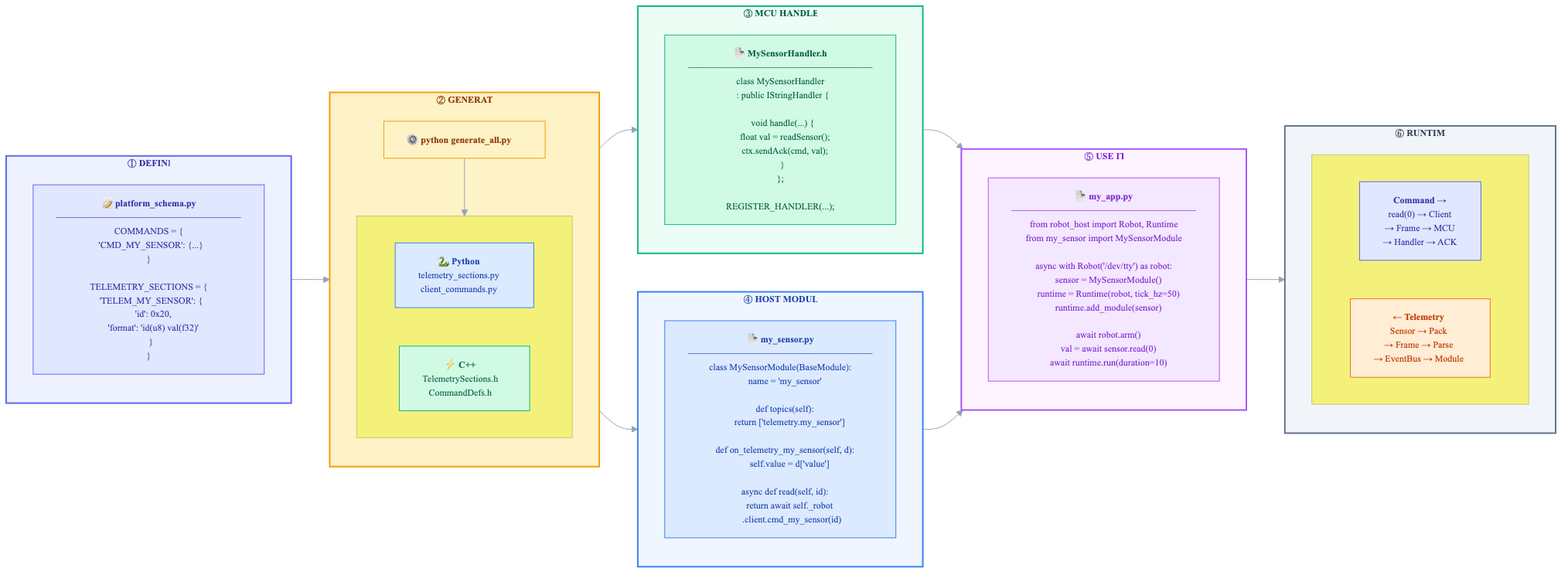
This is docs/end_to_end_flow.png from kwasblue/Mara, a Mermaid export, as it was before one commit. Its source is kept beside it as docs/end_to_end_flow.mmd.
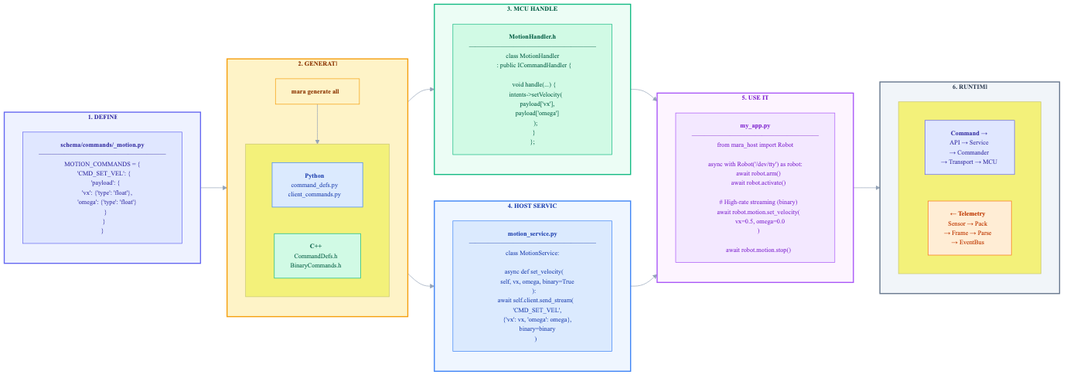
Above is the later version.

Change to the diagram source:
```diff
@@ -11,39 +11,39 @@
 }}%%
 
 flowchart LR
-    subgraph S1["<b>① DEFINE</b>"]
-        SCHEMA["<b>📝 platform_schema.py</b><br/>━━━━━━━━━━━━━━━━━━━━<br/>COMMANDS = {<br/>  'CMD_MY_SENSOR': {...}<br/>}<br/><br/>TELEMETRY_SECTIONS = {<br/>  'TELEM_MY_SENSOR': {<br/>    'id': 0x20,<br/>    'format': 'id(u8) val(f32)'<br/>  }<br/>}"]
+    subgraph S1["<b>1. DEFINE</b>"]
+        SCHEMA["<b>schema/commands/_motion.py</b><br/>━━━━━━━━━━━━━━━━━━━━<br/>MOTION_COMMANDS = {<br/>  'CMD_SET_VEL': {<br/>    'payload': {<br/>      'vx': {'type': 'float'},<br/>      'omega': {'type': 'float'}<br/>    }<br/>  }<br/>}"]
     end
 
-    subgraph S2["<b>② GENERATE</b>"]
+    subgraph S2["<b>2. GENERATE</b>"]
         direction TB
-        GEN["<b>⚙️ python generate_all.py</b>"]
+        GEN["<b>mara generate all</b>"]
         subgraph OUTS[" "]
             direction LR
-            PY["<b>🐍 Python</b><br/>telemetry_sections.py<br/>client_commands.py"]
-            CPP["<b>⚡ C++</b><br/>TelemetrySections.h<br/>CommandDefs.h"]
+            PY["<b>Python</b><br/>command_defs.py<br/>client_commands.py"]
+            CPP["<b>C++</b><br/>CommandDefs.h<br/>BinaryCommands.h"]
         end
         GEN --> OUTS
     end
 
-    subgraph S3["<b>③ MCU HANDLER</b>"]
-        MCU["<b>📄 MySensorHandler.h</b><br/>━━━━━━━━━━━━━━━━━━━━<br/>class MySensorHandler<br/>  : public IStringHandler {<br/><br/>  void handle(...) {<br/>    float val = readSensor();<br/>    ctx.sendAck(cmd, val);<br/>  }<br/>};<br/><br/>REGISTER_HANDLER(...);"]
+    subgraph S3["<b>3. MCU HANDLER</b>"]
+        MCU["<b>MotionHandler.h</b><br/>━━━━━━━━━━━━━━━━━━━━<br/>class MotionHandler<br/>  : public ICommandHandler {<br/><br/>  void handle(...) {<br/>    intents->setVelocity(<br/>      payload['vx'],<br/>      payload['omega']<br/>    );<br/>  }<br/>};"]
     end
 
-    subgraph S4["<b>④ HOST MODULE</b>"]
-        HOST["<b>📄 my_sensor.py</b><br/>━━━━━━━━━━━━━━━━━━━━<br/>class MySensorModule(BaseModule):<br/>    name = 'my_sensor'<br/><br/>    def topics(self):<br/>        return ['telemetry.my_sensor']<br/><br/>    def on_telemetry_my_sensor(self, d):<br/>        self.value = d['value']<br/><br/>    async def read(self, id):<br/>        return await self._robot<br/>          .client.cmd_my_sensor(id)"]
+    subgraph S4["<b>4. HOST SERVICE</b>"]
+        HOST["<b>motion_service.py</b><br/>━━━━━━━━━━━━━━━━━━━━<br/>class MotionService:<br/><br/>  async def set_velocity(<br/>      self, vx, omega, binary=True<br/>  ):<br/>    await self.client.send_stream(<br/>      'CMD_SET_VEL',<br/>      {'vx': vx, 'omega': omega},<br/>      binary=binary<br/>    )"]
     end
 
-    subgraph S5["<b>⑤ USE IT</b>"]
-        APP["<b>📄 my_app.py</b><br/>━━━━━━━━━━━━━━━━━━━━<br/>from robot_host import Robot, Runtime<br/>from my_sensor import MySensorModule<br/><br/>async with Robot('/dev/tty') as robot:<br/>    sensor = MySensorModule()<br/>    runtime = Runtime(robot, tick_hz=50)<br/>    runtime.add_module(sensor)<br/><br/>    await robot.arm()<br/>    val = await sensor.read(0)<br/>    await runtime.run(duration=10)"]
+    subgraph S5["<b>5. USE IT</b>"]
+        APP["<b>my_app.py</b><br/>━━━━━━━━━━━━━━━━━━━━<br/>from mara_host import Robot<br/><br/>async with Robot('/dev/tty') as robot:<br/>    await robot.arm()<br/>    await robot.activate()<br/><br/>    # High-rate streaming (binary)<br/>    await robot.motion.set_velocity(<br/>      vx=0.5, omega=0.0<br/>    )<br/><br/>    await robot.motion.stop()"]
     end
 
-    subgraph S6["<b>⑥ RUNTIME</b>"]
+    subgraph S6["<b>6. RUNTIME</b>"]
         direction TB
         subgraph FLOWS[" "]
             direction LR
-            CMD_PATH["<b>Command →</b><br/>read(0) → Client<br/>→ Frame → MCU<br/>→ Handler → ACK"]
-            TELEM_PATH["<b>← Telemetry</b><br/>Sensor → Pack<br/>→ Frame → Parse<br/>→ EventBus → Module"]
+            CMD_PATH["<b>Command →</b><br/>API → Service<br/>→ Commander<br/>→ Transport → MCU"]
+            TELEM_PATH["<b>← Telemetry</b><br/>Sensor → Pack<br/>→ Frame → Parse<br/>→ EventBus"]
         end
     end
 
```
